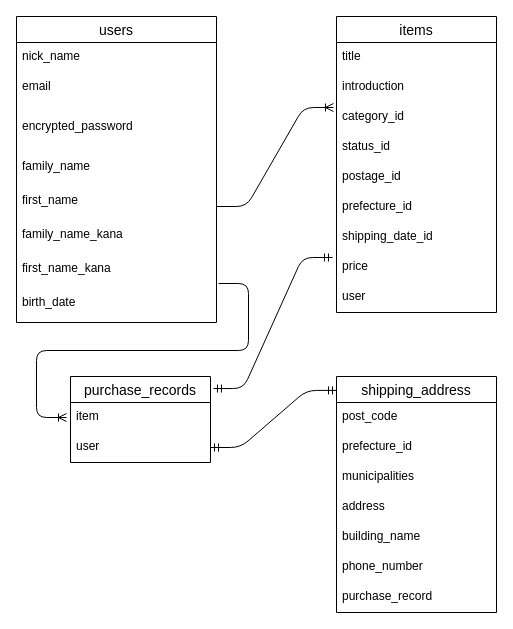
Earlier version of the draw.io diagram furima.dio (hiroki0602/furima-37865). Source tidied: cells renumbered, new cells numbered last; positions are measured from the earlier drawing's top-left corner, leaving out a move shared by most shapes. Both pictures are drawn from the tidied source at 100%, with x=0, y=0 at pixel (16, 16).
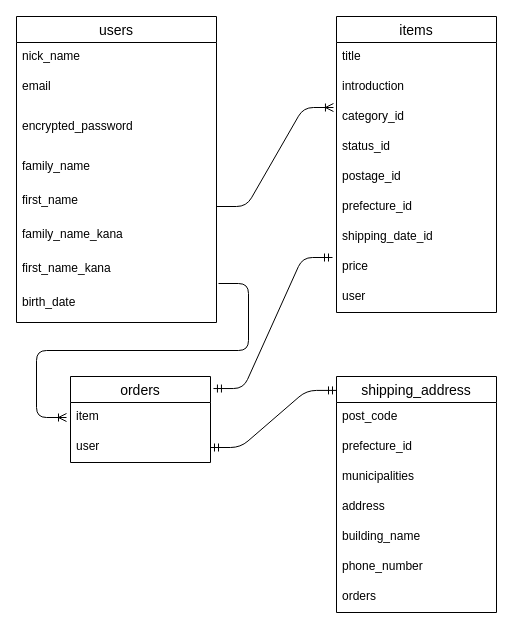
The same diagram, later.

Unchanged cells that the change refers to:
```xml
<mxCell id="24" value="shipping_address" style="swimlane;fontStyle=0;horizontal=1;startSize=26;align=center;fontSize=14;" parent="1" vertex="1">
  <mxGeometry x="320" y="360" width="160" height="236" as="geometry" />
</mxCell>
```

Change to the diagram source:
```diff
@@
-    <mxCell id="21" value="purchase_records" style="swimlane;fontStyle=0;horizontal=1;startSize=26;align=center;fontSize=14;" parent="1" vertex="1">
+    <mxCell id="21" value="orders" style="swimlane;fontStyle=0;horizontal=1;startSize=26;align=center;fontSize=14;" parent="1" vertex="1">
       <mxGeometry x="54" y="360" width="140" height="86" as="geometry" />
     </mxCell>
@@
-    <mxCell id="31" value="purchase_record" style="text;strokeColor=none;fillColor=none;spacingLeft=4;spacingRight=4;overflow=hidden;fontSize=12;" parent="24" vertex="1">
+    <mxCell id="31" value="orders" style="text;strokeColor=none;fillColor=none;spacingLeft=4;spacingRight=4;overflow=hidden;fontSize=12;" parent="24" vertex="1">
       <mxGeometry y="206" width="160" height="30" as="geometry" />
     </mxCell>
```
